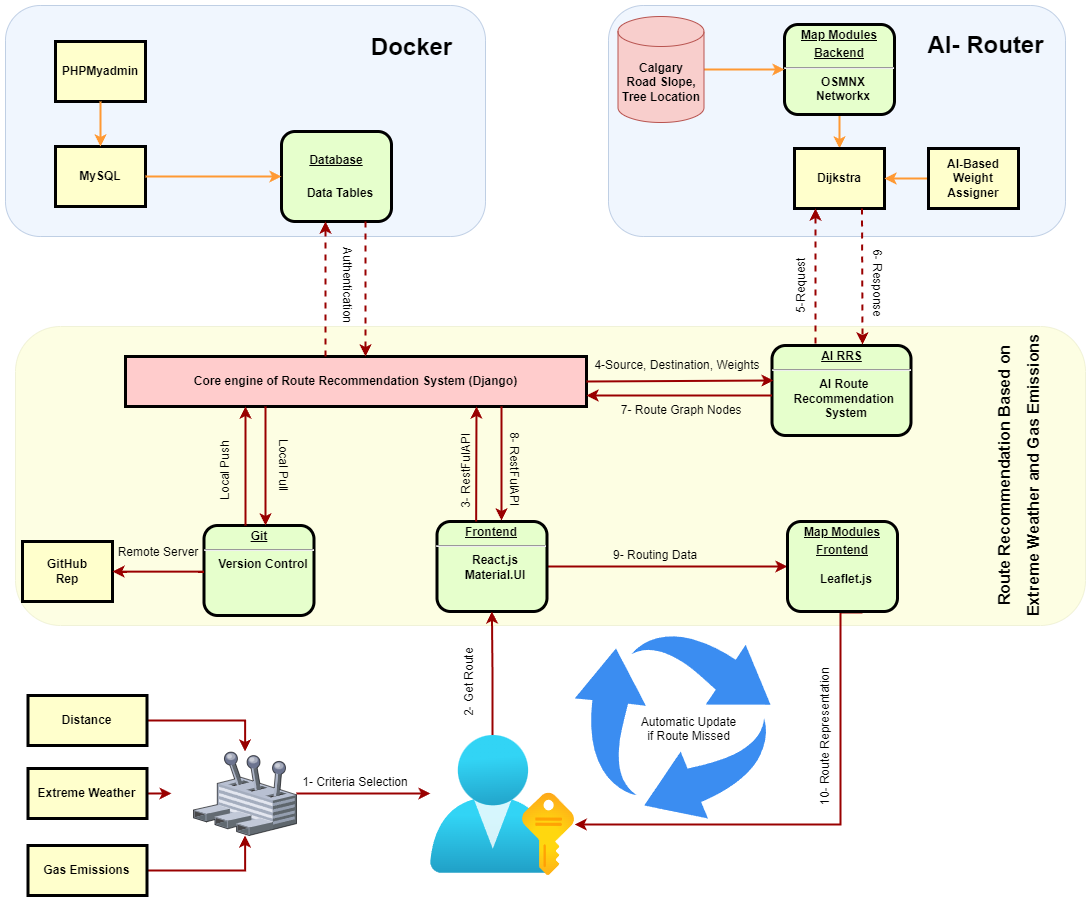
mahdimzh/ENGO651-Lab keeps this draw.io diagram as Report/Web App Architecture.png. Above is the earlier version. Source tidied: cells renumbered, new cells last; positions are measured from the earlier drawing's top-left corner, leaving out a move shared by most shapes.
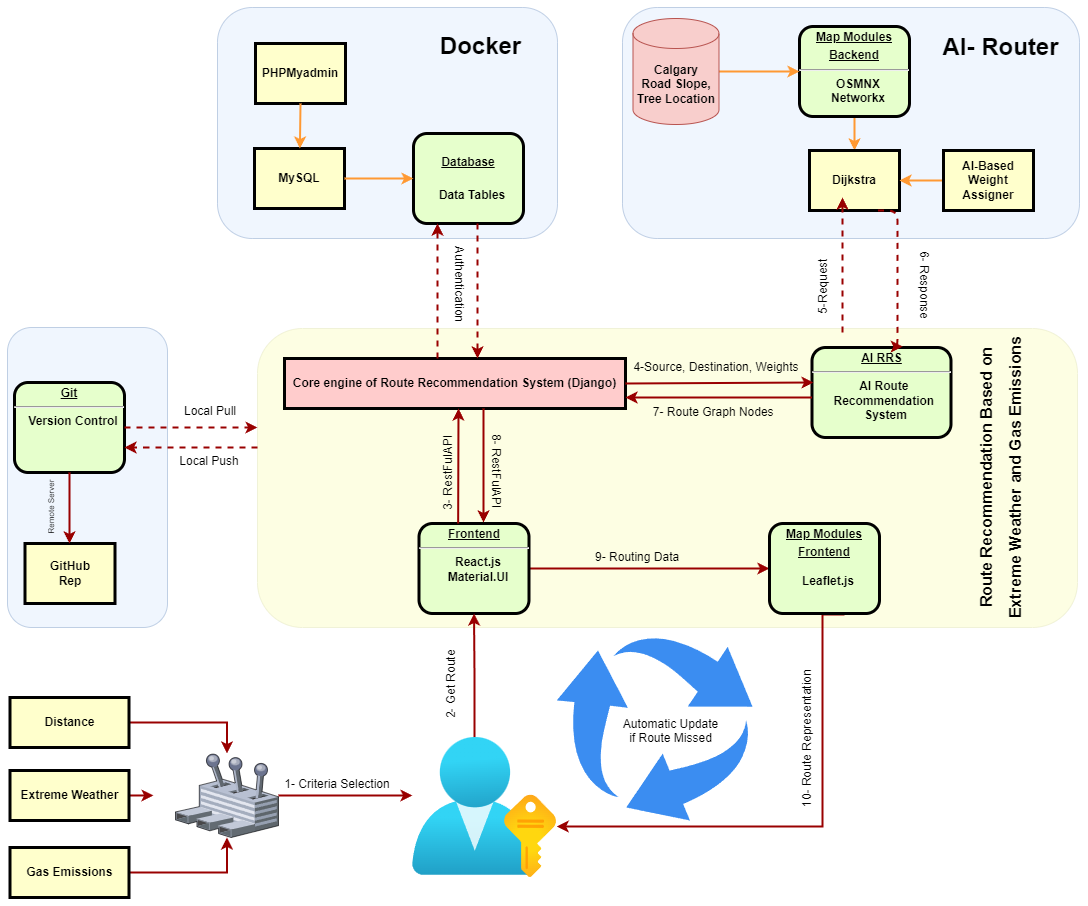
Above is the later version.

Diff of the diagram source:
```diff
@@ -2,41 +2,41 @@
   <root>
     <mxCell id="0" />
     <mxCell id="1" parent="0" />
+    <mxCell id="65" style="rounded=1;whiteSpace=wrap;html=1;fillColor=#dae8fc;strokeColor=#6c8ebf;opacity=40;" parent="1" vertex="1">
+      <mxGeometry x="20" y="320" width="160" height="300" as="geometry" />
+    </mxCell>
     <mxCell id="2" style="rounded=1;whiteSpace=wrap;html=1;fillColor=#F7FC74;strokeColor=#BABF73;opacity=20;" parent="1" vertex="1">
-      <mxGeometry x="10" y="321" width="1070" height="299" as="geometry" />
+      <mxGeometry x="270" y="321" width="820" height="299" as="geometry" />
     </mxCell>
     <mxCell id="3" style="rounded=1;whiteSpace=wrap;html=1;fillColor=#dae8fc;strokeColor=#6c8ebf;opacity=40;" parent="1" vertex="1">
-      <mxGeometry x="603" width="457" height="231" as="geometry" />
+      <mxGeometry x="635" width="457" height="231" as="geometry" />
     </mxCell>
     <mxCell id="4" style="rounded=1;whiteSpace=wrap;html=1;fillColor=#dae8fc;strokeColor=#6c8ebf;opacity=40;" parent="1" vertex="1">
-      <mxGeometry width="480" height="231" as="geometry" />
+      <mxGeometry x="230" width="340" height="231" as="geometry" />
     </mxCell>
     <mxCell id="5" value="&lt;p style=&quot;margin: 0px; margin-top: 4px; text-align: center; text-decoration: underline;&quot;&gt;&lt;span style=&quot;background-color: initial;&quot;&gt;&lt;br&gt;&lt;/span&gt;&lt;/p&gt;&lt;p style=&quot;margin: 0px; margin-top: 4px; text-align: center; text-decoration: underline;&quot;&gt;&lt;span style=&quot;background-color: initial;&quot;&gt;Database&lt;/span&gt;&lt;/p&gt;&lt;p style=&quot;margin: 0px; margin-top: 4px; text-align: center; text-decoration: underline;&quot;&gt;&lt;br&gt;&lt;/p&gt;&lt;p style=&quot;margin: 0px; margin-left: 8px;&quot;&gt;Data Tables&lt;/p&gt;" style="verticalAlign=middle;align=center;overflow=fill;fontSize=12;fontFamily=Helvetica;html=1;rounded=1;fontStyle=1;strokeWidth=3;fillColor=#E6FFCC;" parent="1" vertex="1">
-      <mxGeometry x="276" y="126" width="110" height="90" as="geometry" />
+      <mxGeometry x="426" y="126" width="110" height="90" as="geometry" />
     </mxCell>
     <mxCell id="6" value="MySQL" style="whiteSpace=wrap;align=center;verticalAlign=middle;fontStyle=1;strokeWidth=3;fillColor=#FFFFCC;" parent="1" vertex="1">
-      <mxGeometry x="50" y="141" width="90" height="60" as="geometry" />
+      <mxGeometry x="267" y="141" width="90" height="60" as="geometry" />
     </mxCell>
     <mxCell id="7" value="Core engine of Route Recommendation System (Django)" style="shape=process;whiteSpace=wrap;align=center;verticalAlign=middle;size=0;fontStyle=1;strokeWidth=3;fillColor=#FFCCCC;" parent="1" vertex="1">
-      <mxGeometry x="120" y="351" width="461" height="50" as="geometry" />
+      <mxGeometry x="297" y="351" width="341" height="50" as="geometry" />
     </mxCell>
     <mxCell id="8" value="&lt;p style=&quot;margin: 0px; margin-top: 4px; text-align: center; text-decoration: underline;&quot;&gt;&lt;strong&gt;AI RRS&lt;/strong&gt;&lt;/p&gt;&lt;hr&gt;&lt;p style=&quot;margin: 0px; margin-left: 8px;&quot;&gt;AI Route&amp;nbsp;&lt;/p&gt;&lt;p style=&quot;margin: 0px; margin-left: 8px;&quot;&gt;Recommendation&amp;nbsp;&lt;/p&gt;&lt;p style=&quot;margin: 0px; margin-left: 8px;&quot;&gt;System&lt;/p&gt;" style="verticalAlign=middle;align=center;overflow=fill;fontSize=12;fontFamily=Helvetica;html=1;rounded=1;fontStyle=1;strokeWidth=3;fillColor=#E6FFCC;" parent="1" vertex="1">
-      <mxGeometry x="766.5" y="340" width="139" height="90" as="geometry" />
+      <mxGeometry x="824.5" y="340" width="139" height="90" as="geometry" />
     </mxCell>
     <mxCell id="9" style="edgeStyle=orthogonalEdgeStyle;rounded=0;jettySize=auto;html=1;exitX=0.5;exitY=1;exitDx=0;exitDy=0;entryX=0.5;entryY=0;entryDx=0;entryDy=0;strokeColor=#FF9933;strokeWidth=2;" parent="1" edge="1" source="10" target="12">
       <mxGeometry relative="1" as="geometry" />
     </mxCell>
     <mxCell id="10" value="&lt;p style=&quot;margin: 0px; margin-top: 4px; text-align: center; text-decoration: underline;&quot;&gt;Map Modules&lt;/p&gt;&lt;p style=&quot;margin: 0px; margin-top: 4px; text-align: center; text-decoration: underline;&quot;&gt;Backend&lt;/p&gt;&lt;hr&gt;&lt;p style=&quot;margin: 0px; margin-left: 8px;&quot;&gt;OSMNX&lt;/p&gt;&lt;p style=&quot;margin: 0px; margin-left: 8px;&quot;&gt;Networkx&lt;/p&gt;" style="verticalAlign=middle;align=center;overflow=fill;fontSize=12;fontFamily=Helvetica;html=1;rounded=1;fontStyle=1;strokeWidth=3;fillColor=#E6FFCC;" parent="1" vertex="1">
-      <mxGeometry x="779" y="19" width="110" height="90" as="geometry" />
+      <mxGeometry x="812" y="19" width="110" height="90" as="geometry" />
     </mxCell>
-    <mxCell id="11" value="&lt;p style=&quot;margin: 0px; margin-top: 4px; text-align: center; text-decoration: underline;&quot;&gt;Git&lt;/p&gt;&lt;hr&gt;&lt;p style=&quot;margin: 0px; margin-left: 8px;&quot;&gt;Version Control&lt;/p&gt;" style="verticalAlign=middle;align=center;overflow=fill;fontSize=12;fontFamily=Helvetica;html=1;rounded=1;fontStyle=1;strokeWidth=3;fillColor=#E6FFCC;" parent="1" vertex="1">
-      <mxGeometry x="198.5" y="520" width="110" height="90" as="geometry" />
-    </mxCell>
     <mxCell id="12" value="Dijkstra" style="whiteSpace=wrap;align=center;verticalAlign=middle;fontStyle=1;strokeWidth=3;fillColor=#FFFFCC;" parent="1" vertex="1">
-      <mxGeometry x="789" y="143" width="90" height="60" as="geometry" />
+      <mxGeometry x="822" y="143" width="90" height="60" as="geometry" />
     </mxCell>
     <mxCell id="13" value="GitHub&#10;Rep" style="whiteSpace=wrap;align=center;verticalAlign=middle;fontStyle=1;strokeWidth=3;fillColor=#FFFFCC;" parent="1" vertex="1">
-      <mxGeometry x="17" y="536" width="90" height="60" as="geometry" />
+      <mxGeometry x="37.5" y="536" width="90" height="60" as="geometry" />
     </mxCell>
     <mxCell id="14" style="edgeStyle=none;noEdgeStyle=1;strokeColor=#FF9933;strokeWidth=2;" parent="1" edge="1" source="6" target="5">
       <mxGeometry relative="1" as="geometry" />
@@ -50,6 +50,7 @@
     <mxCell id="17" style="edgeStyle=elbowEdgeStyle;elbow=horizontal;strokeColor=#990000;strokeWidth=2;dashed=1;" parent="1" edge="1" source="7" target="5">
       <mxGeometry relative="1" as="geometry">
         <Array as="points">
+          <mxPoint x="450" y="280" />
           <mxPoint x="320" y="310" />
           <mxPoint x="270" y="330" />
         </Array>
@@ -58,6 +59,7 @@
     <mxCell id="18" style="edgeStyle=elbowEdgeStyle;elbow=horizontal;strokeColor=#990000;strokeWidth=2;dashed=1;" parent="1" edge="1" source="5" target="7">
       <mxGeometry relative="1" as="geometry">
         <Array as="points">
+          <mxPoint x="490" y="270" />
           <mxPoint x="360" y="320" />
           <mxPoint x="290" y="320" />
         </Array>
@@ -78,14 +80,11 @@
       </mxGeometry>
     </mxCell>
     <mxCell id="21" value="4-Source, Destination, Weights" style="text;spacingTop=-5;align=center;" parent="1" vertex="1">
-      <mxGeometry x="657" y="351" width="30" height="20" as="geometry" />
+      <mxGeometry x="714" y="351" width="30" height="20" as="geometry" />
     </mxCell>
     <mxCell id="22" value="7- Route Graph Nodes" style="text;spacingTop=-5;align=center;" parent="1" vertex="1">
-      <mxGeometry x="571.2" y="396" width="210" height="17" as="geometry" />
+      <mxGeometry x="621.2" y="396" width="210" height="17" as="geometry" />
     </mxCell>
-    <mxCell id="23" style="edgeStyle=elbowEdgeStyle;elbow=vertical;strokeColor=#990000;strokeWidth=2;" parent="1" edge="1" source="11" target="13">
-      <mxGeometry relative="1" as="geometry" />
-    </mxCell>
     <mxCell id="24" style="edgeStyle=elbowEdgeStyle;elbow=horizontal;strokeColor=#990000;strokeWidth=2;entryX=0.586;entryY=-0.011;entryDx=0;entryDy=0;entryPerimeter=0;" parent="1" edge="1" target="16">
       <mxGeometry relative="1" as="geometry">
         <mxPoint x="496" y="401" as="sourcePoint" />
@@ -105,43 +104,29 @@
         </Array>
       </mxGeometry>
     </mxCell>
-    <mxCell id="26" value="Local Pull" style="text;spacingTop=-5;align=center;rotation=90;" parent="1" vertex="1">
-      <mxGeometry x="261" y="450" width="30" height="20" as="geometry" />
+    <mxCell id="26" value="Local Pull" style="text;spacingTop=-5;align=center;rotation=0;" parent="1" vertex="1">
+      <mxGeometry x="208" y="394.5" width="30" height="20" as="geometry" />
     </mxCell>
-    <mxCell id="27" value="Local Push" style="text;spacingTop=-5;align=center;rotation=-90;" parent="1" vertex="1">
-      <mxGeometry x="206" y="454" width="30" height="20" as="geometry" />
+    <mxCell id="27" value="Local Push" style="text;spacingTop=-5;align=center;rotation=0;" parent="1" vertex="1">
+      <mxGeometry x="207" y="445" width="30" height="20" as="geometry" />
     </mxCell>
-    <mxCell id="28" style="edgeStyle=elbowEdgeStyle;elbow=horizontal;strokeColor=#990000;strokeWidth=2;" parent="1" edge="1" source="7" target="11">
-      <mxGeometry relative="1" as="geometry">
-        <Array as="points">
-          <mxPoint x="260" y="430" />
-        </Array>
-      </mxGeometry>
-    </mxCell>
-    <mxCell id="29" style="edgeStyle=elbowEdgeStyle;elbow=horizontal;strokeColor=#990000;strokeWidth=2;" parent="1" edge="1" source="11" target="7">
-      <mxGeometry relative="1" as="geometry">
-        <Array as="points">
-          <mxPoint x="240" y="430" />
-        </Array>
-      </mxGeometry>
-    </mxCell>
-    <mxCell id="30" value="Remote Server" style="text;spacingTop=-5;align=center;" parent="1" vertex="1">
-      <mxGeometry x="133" y="538" width="40" height="25" as="geometry" />
+    <mxCell id="30" value="Remote Server" style="text;spacingTop=-5;align=center;rotation=-90;fontSize=8;" parent="1" vertex="1">
+      <mxGeometry x="50" y="486" width="40" height="25" as="geometry" />
     </mxCell>
     <mxCell id="31" value="PHPMyadmin" style="whiteSpace=wrap;align=center;verticalAlign=middle;fontStyle=1;strokeWidth=3;fillColor=#FFFFCC;" parent="1" vertex="1">
-      <mxGeometry x="50" y="36" width="90" height="60" as="geometry" />
+      <mxGeometry x="268" y="36" width="90" height="60" as="geometry" />
     </mxCell>
     <mxCell id="32" style="edgeStyle=none;noEdgeStyle=1;strokeColor=#FF9933;strokeWidth=2;exitX=0.5;exitY=1;exitDx=0;exitDy=0;" parent="1" edge="1" source="31" target="6">
       <mxGeometry relative="1" as="geometry" />
     </mxCell>
     <mxCell id="33" value="Docker" style="text;strokeColor=none;fillColor=none;html=1;fontSize=24;fontStyle=1;verticalAlign=middle;align=center;opacity=40;" parent="1" vertex="1">
-      <mxGeometry x="356" y="22" width="100" height="40" as="geometry" />
+      <mxGeometry x="442.5" y="19" width="100" height="40" as="geometry" />
     </mxCell>
     <mxCell id="34" style="edgeStyle=orthogonalEdgeStyle;rounded=0;jettySize=auto;html=1;strokeColor=#FF9933;strokeWidth=2;" parent="1" edge="1" source="35" target="10">
       <mxGeometry relative="1" as="geometry" />
     </mxCell>
     <mxCell id="35" value="&lt;b&gt;Calgary&lt;br&gt;Road Slope,&lt;br&gt;Tree Location&lt;/b&gt;" style="shape=cylinder3;whiteSpace=wrap;html=1;boundedLbl=1;backgroundOutline=1;size=15;fillColor=#f8cecc;strokeColor=#b85450;" parent="1" vertex="1">
-      <mxGeometry x="612.5" y="11" width="86" height="106" as="geometry" />
+      <mxGeometry x="645.5" y="11" width="86" height="106" as="geometry" />
     </mxCell>
     <mxCell id="36" value="8- RestFulAPI" style="text;spacingTop=-5;align=center;rotation=90;" parent="1" vertex="1">
       <mxGeometry x="490" y="454.8" width="34" height="19" as="geometry" />
@@ -162,7 +147,7 @@
       <mxGeometry x="782" y="516" width="110" height="90" as="geometry" />
     </mxCell>
     <mxCell id="40" value="AI- Router" style="text;strokeColor=none;fillColor=none;html=1;fontSize=24;fontStyle=1;verticalAlign=middle;align=center;opacity=40;" parent="1" vertex="1">
-      <mxGeometry x="930" y="20" width="100" height="40" as="geometry" />
+      <mxGeometry x="963" y="20" width="100" height="40" as="geometry" />
     </mxCell>
     <mxCell id="41" value="&lt;font style=&quot;font-size: 16px;&quot;&gt;Route Recommendation Based on &lt;br&gt;Extreme Weather and Gas Emissions&lt;/font&gt;" style="text;strokeColor=none;fillColor=none;html=1;fontSize=24;fontStyle=1;verticalAlign=middle;align=center;opacity=40;rotation=-90;" parent="1" vertex="1">
       <mxGeometry x="905" y="450.5" width="210" height="40" as="geometry" />
@@ -208,7 +193,7 @@
       <mxGeometry relative="1" as="geometry" />
     </mxCell>
     <mxCell id="53" value="AI-Based Weight Assigner" style="whiteSpace=wrap;align=center;verticalAlign=middle;fontStyle=1;strokeWidth=3;fillColor=#FFFFCC;" parent="1" vertex="1">
-      <mxGeometry x="923" y="143" width="90" height="60" as="geometry" />
+      <mxGeometry x="956" y="143" width="90" height="60" as="geometry" />
     </mxCell>
     <mxCell id="54" value="1- Criteria Selection" style="text;spacingTop=-5;align=center;" parent="1" vertex="1">
       <mxGeometry x="335" y="768" width="30" height="20" as="geometry" />
@@ -223,29 +208,31 @@
       <mxGeometry x="449.5" y="666" width="30" height="20" as="geometry" />
     </mxCell>
     <mxCell id="58" value="Authentication" style="text;spacingTop=-5;align=center;rotation=90;" parent="1" vertex="1">
-      <mxGeometry x="324.5" y="270" width="30" height="20" as="geometry" />
+      <mxGeometry x="455" y="267" width="30" height="20" as="geometry" />
     </mxCell>
     <mxCell id="59" value="5-Request" style="text;spacingTop=-5;align=center;rotation=-90;" parent="1" vertex="1">
-      <mxGeometry x="782" y="269" width="30" height="20" as="geometry" />
+      <mxGeometry x="822" y="268" width="30" height="20" as="geometry" />
     </mxCell>
     <mxCell id="60" style="edgeStyle=elbowEdgeStyle;elbow=horizontal;strokeColor=#990000;strokeWidth=2;dashed=1;" parent="1" edge="1">
       <mxGeometry relative="1" as="geometry">
-        <mxPoint x="810" y="338" as="sourcePoint" />
-        <mxPoint x="810" y="203" as="targetPoint" />
+        <mxPoint x="855" y="325" as="sourcePoint" />
+        <mxPoint x="855" y="190" as="targetPoint" />
         <Array as="points">
-          <mxPoint x="810" y="297" />
-          <mxPoint x="760" y="317" />
+          <mxPoint x="855" y="284" />
+          <mxPoint x="805" y="304" />
         </Array>
       </mxGeometry>
     </mxCell>
     <mxCell id="61" value="6- Response" style="text;spacingTop=-5;align=center;rotation=90;" parent="1" vertex="1">
-      <mxGeometry x="855" y="268" width="30" height="20" as="geometry" />
+      <mxGeometry x="920" y="268" width="30" height="20" as="geometry" />
     </mxCell>
-    <mxCell id="62" style="edgeStyle=elbowEdgeStyle;elbow=horizontal;strokeColor=#990000;strokeWidth=2;dashed=1;exitX=0.75;exitY=1;exitDx=0;exitDy=0;entryX=0.646;entryY=-0.011;entryDx=0;entryDy=0;entryPerimeter=0;" parent="1" edge="1" source="12" target="8">
+    <mxCell id="62" style="edgeStyle=elbowEdgeStyle;elbow=horizontal;strokeColor=#990000;strokeWidth=2;dashed=1;exitX=0.75;exitY=1;exitDx=0;exitDy=0;entryX=0.646;entryY=-0.011;entryDx=0;entryDy=0;entryPerimeter=0;" parent="1" edge="1">
       <mxGeometry relative="1" as="geometry">
+        <mxPoint x="890.5" y="203" as="sourcePoint" />
+        <mxPoint x="915.3" y="339" as="targetPoint" />
         <Array as="points">
-          <mxPoint x="857" y="270" />
-          <mxPoint x="910" y="319" />
+          <mxPoint x="910" y="270" />
+          <mxPoint x="911" y="319" />
         </Array>
       </mxGeometry>
     </mxCell>
@@ -255,5 +242,31 @@
     <mxCell id="64" value="Automatic Update &#10;if Route Missed" style="text;spacingTop=-5;align=center;" parent="1" vertex="1">
       <mxGeometry x="668.5" y="708" width="30" height="20" as="geometry" />
     </mxCell>
+    <mxCell id="11" value="&lt;p style=&quot;margin: 0px; margin-top: 4px; text-align: center; text-decoration: underline;&quot;&gt;Git&lt;/p&gt;&lt;hr&gt;&lt;p style=&quot;margin: 0px; margin-left: 8px;&quot;&gt;Version Control&lt;/p&gt;" style="verticalAlign=middle;align=center;overflow=fill;fontSize=12;fontFamily=Helvetica;html=1;rounded=1;fontStyle=1;strokeWidth=3;fillColor=#E6FFCC;" parent="1" vertex="1">
+      <mxGeometry x="27" y="375" width="110" height="90" as="geometry" />
+    </mxCell>
+    <mxCell id="23" style="edgeStyle=elbowEdgeStyle;elbow=horizontal;strokeColor=#990000;strokeWidth=2;exitX=0.5;exitY=1;exitDx=0;exitDy=0;entryX=0.5;entryY=0;entryDx=0;entryDy=0;" parent="1" edge="1" source="11" target="13">
+      <mxGeometry relative="1" as="geometry">
+        <Array as="points">
+          <mxPoint x="82" y="460" />
+        </Array>
+      </mxGeometry>
+    </mxCell>
+    <mxCell id="66" style="edgeStyle=elbowEdgeStyle;elbow=horizontal;strokeColor=#990000;strokeWidth=2;exitX=1;exitY=0.5;exitDx=0;exitDy=0;entryX=0;entryY=0.331;entryDx=0;entryDy=0;entryPerimeter=0;dashed=1;" parent="1" edge="1" source="11" target="2">
+      <mxGeometry relative="1" as="geometry">
+        <Array as="points">
+          <mxPoint x="173" y="419" />
+        </Array>
+      </mxGeometry>
+    </mxCell>
+    <mxCell id="67" style="edgeStyle=elbowEdgeStyle;elbow=vertical;strokeColor=#990000;strokeWidth=2;dashed=1;" parent="1" edge="1" target="11">
+      <mxGeometry relative="1" as="geometry">
+        <mxPoint x="270" y="440" as="sourcePoint" />
+        <Array as="points">
+          <mxPoint x="150" y="440" />
+          <mxPoint x="150" y="440" />
+        </Array>
+      </mxGeometry>
+    </mxCell>
   </root>
 </mxGraphModel>
```
